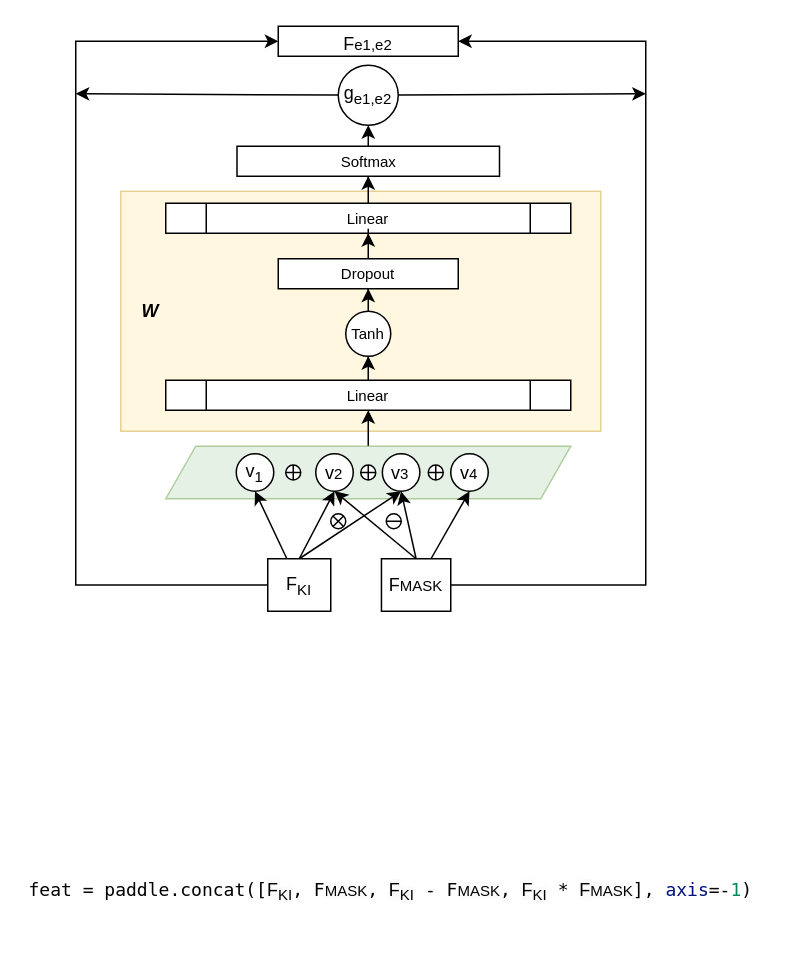
JiaXinLI98/myProject keeps this draw.io diagram as page "模糊-判别" (5 of 14) of 2.drawio. Above is the earlier version. Source tidied: cells renumbered, new cells numbered last; positions are measured from the earlier drawing's top-left corner, leaving out a move shared by most shapes. Both pictures are drawn from the tidied source at 150%, with x=0, y=0 at pixel (26, 26).
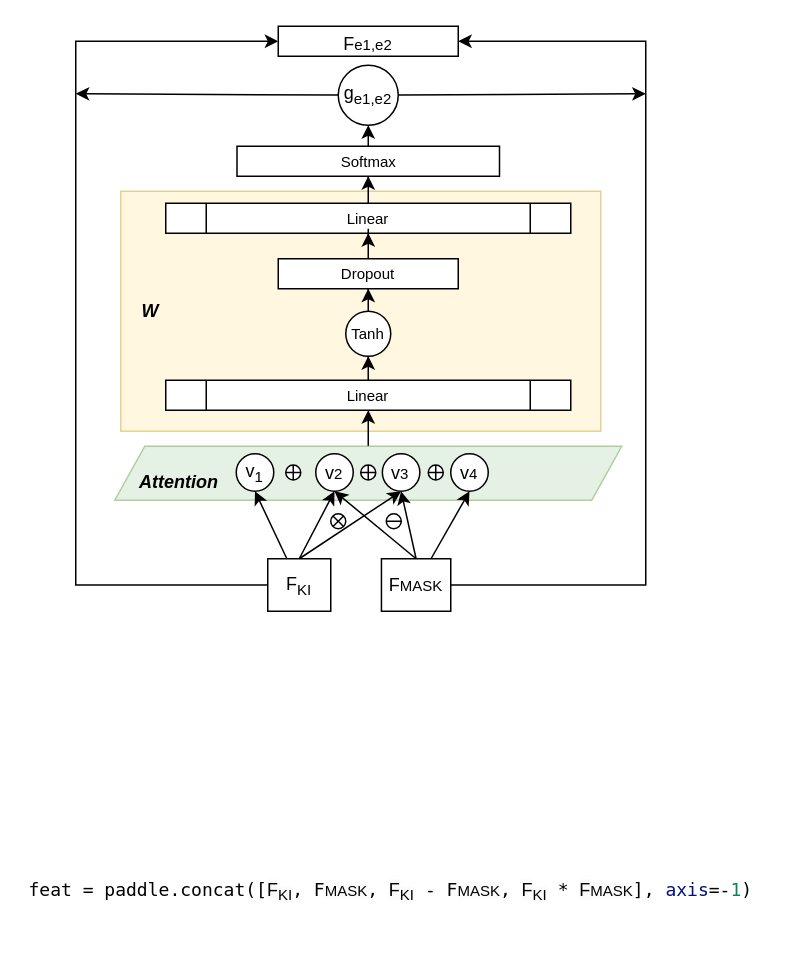
Above is the later version.

What changed in the source:
```diff
@@
     <mxCell id="4" style="shape=parallelogram;perimeter=parallelogramPerimeter;whiteSpace=wrap;html=1;fixedSize=1;opacity=60;fillColor=#d5e8d4;strokeColor=#82b366;" parent="1" vertex="1">
-      <mxGeometry x="93" y="280" width="270" height="35" as="geometry" />
+      <mxGeometry x="59" y="280" width="338" height="36" as="geometry" />
     </mxCell>
@@
+    <mxCell id="40" value="&lt;b&gt;&lt;i&gt;Attention&lt;/i&gt;&lt;/b&gt;" style="text;html=1;strokeColor=none;fillColor=none;align=center;verticalAlign=middle;whiteSpace=wrap;rounded=0;" parent="1" vertex="1">
+      <mxGeometry x="72" y="289" width="60" height="30" as="geometry" />
+    </mxCell>
```
